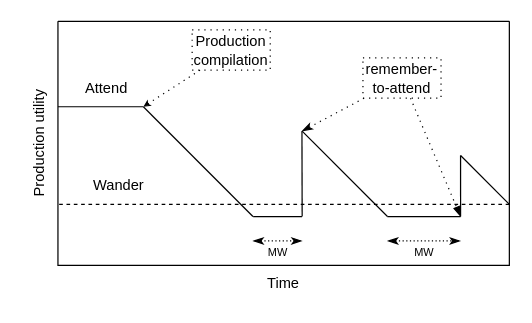
Above: UtilityVsTime.drawio in joshbruegger/CognitiveModellingPractical2022 (draw.io), before the change. Source tidied: cells renumbered, new cells numbered last; positions are measured from the earlier drawing's top-left corner, leaving out a move shared by most shapes. Both pictures are drawn from the tidied source at 122%, with x=0, y=0 at pixel (-40, 21).
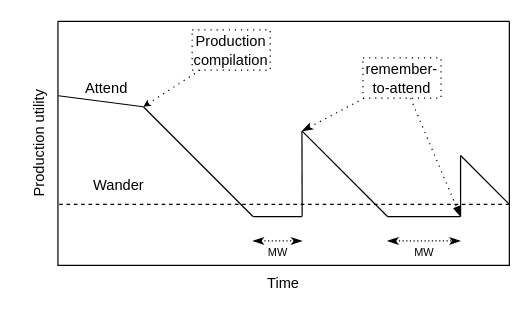
The same diagram, later.

The change refers to these unchanged cells:
```xml
<mxCell id="2" style="swimlane;startSize=0;fontSize=12;" parent="1" vertex="1">
  <mxGeometry x="80" width="370" height="200" as="geometry" />
</mxCell>
<mxCell id="13" value="Production utility" style="text;html=1;strokeColor=none;fillColor=none;align=center;verticalAlign=middle;whiteSpace=wrap;rounded=0;fontSize=12;rotation=270;" parent="1" vertex="1">
  <mxGeometry y="85" width="130" height="30" as="geometry" />
</mxCell>
```

The edit, as a diff of the source:
```diff
@@
-    <mxCell id="15" style="endArrow=none;html=1;fontSize=12;entryX=0.189;entryY=0.35;entryDx=0;entryDy=0;entryPerimeter=0;" parent="1" edge="1" target="2">
-      <mxGeometry relative="1" as="geometry">
-        <mxPoint x="80" y="70" as="sourcePoint" />
-      </mxGeometry>
+    <mxCell id="15" style="endArrow=none;html=1;fontSize=12;entryX=0.189;entryY=0.35;entryDx=0;entryDy=0;entryPerimeter=0;exitX=0.8;exitY=1.012;exitDx=0;exitDy=0;exitPerimeter=0;" parent="1" edge="1" source="13" target="2">
+      <mxGeometry relative="1" as="geometry" />
     </mxCell>
```
